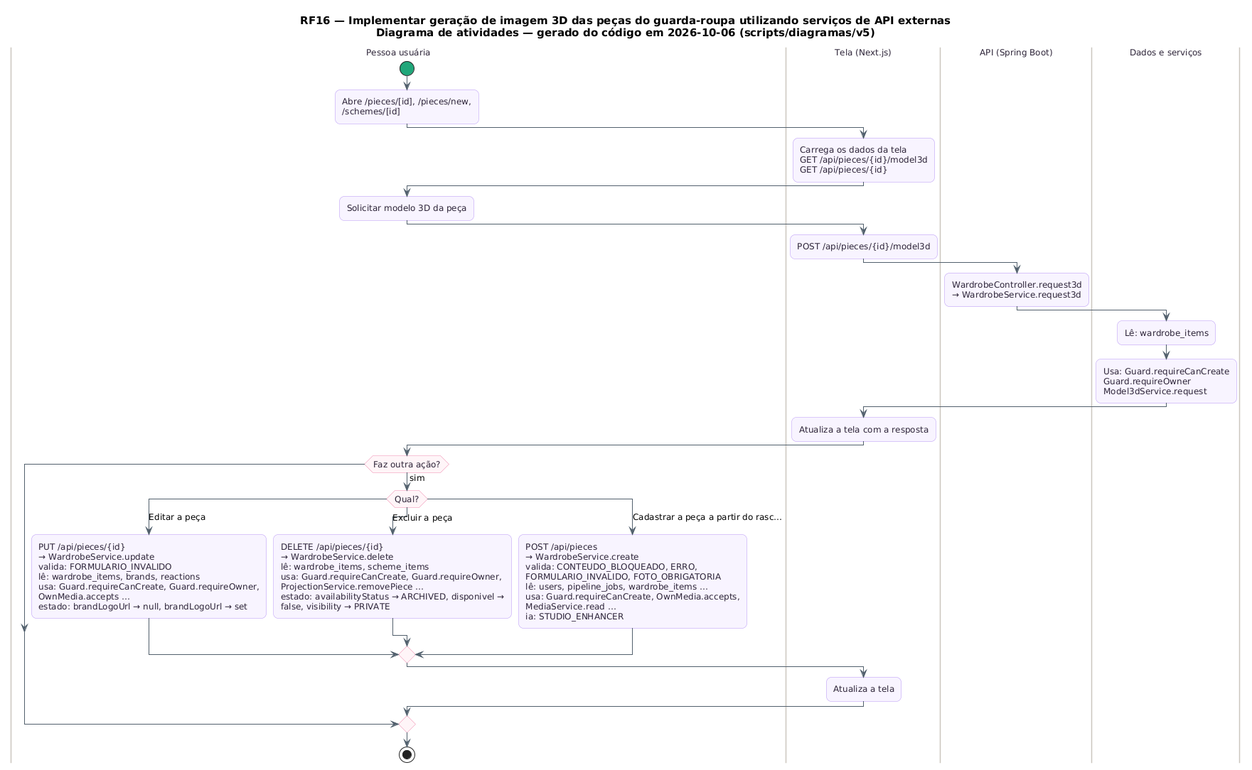
Earlier version of the PlantUML export docs/diagramas/RF16/RF16_Atividades.png (MatheusHaliski/tcc-2026-fashion-ai-backend). Source of this version:
```plantuml
@startuml RF16_Atividades
skinparam backgroundColor #FFFFFF
skinparam shadowing false
skinparam defaultFontName "DejaVu Sans"
skinparam defaultFontSize 12
skinparam titleFontSize 15
skinparam roundcorner 14
skinparam ArrowColor #52606D
skinparam note {
  BackgroundColor #FFFDEB
  BorderColor #D8CE78
  FontColor #554F24
}
skinparam activity {
  BackgroundColor #F8F4FF
  BorderColor #B695F5
  FontColor #2D2438
  DiamondBackgroundColor #FFF5F8
  DiamondBorderColor #F08DB1
  StartColor #20A77A
  EndColor #4B5563
}
skinparam swimlane {
  BorderColor #CBC6BE
  TitleFontColor #2D2438
}
title RF16 — Implementar geração de imagem 3D das peças do guarda-roupa utilizando serviços de API externas\nDiagrama de atividades — gerado do código em 2026-10-06 (scripts/diagramas/v5)

|Pessoa usuária|
start
:Abre /pieces/[id], /pieces/new,\n/schemes/[id];
|Tela (Next.js)|
:Carrega os dados da tela\nGET /api/pieces/{id}/model3d\nGET /api/pieces/{id};
|Pessoa usuária|
:Solicitar modelo 3D da peça;
|Tela (Next.js)|
:POST /api/pieces/{id}/model3d;
|API (Spring Boot)|
:WardrobeController.request3d\n→ WardrobeService.request3d;
|Dados e serviços|
:Lê: wardrobe_items;
:Usa: Guard.requireCanCreate\nGuard.requireOwner\nModel3dService.request;
|Tela (Next.js)|
:Atualiza a tela com a resposta;
|Pessoa usuária|
if (Faz outra ação?) then (sim)
  switch (Qual?)
  case (Editar a peça)
    :PUT /api/pieces/{id}\n→ WardrobeService.update\nvalida: FORMULARIO_INVALIDO\nlê: wardrobe_items, brands, reactions\nusa: Guard.requireCanCreate, Guard.requireOwner,\nOwnMedia.accepts …\nestado: brandLogoUrl → null, brandLogoUrl → set;
  case (Excluir a peça)
    :DELETE /api/pieces/{id}\n→ WardrobeService.delete\nlê: wardrobe_items, scheme_items\nusa: Guard.requireCanCreate, Guard.requireOwner,\nProjectionService.removePiece …\nestado: availabilityStatus → ARCHIVED, disponivel →\nfalse, visibility → PRIVATE;
  case (Cadastrar a peça a partir do rasc…)
    :POST /api/pieces\n→ WardrobeService.create\nvalida: CONTEUDO_BLOQUEADO, ERRO,\nFORMULARIO_INVALIDO, FOTO_OBRIGATORIA\nlê: users, pipeline_jobs, wardrobe_items …\nusa: Guard.requireCanCreate, OwnMedia.accepts,\nMediaService.read …\nia: STUDIO_ENHANCER;
  endswitch
  |Tela (Next.js)|
  :Atualiza a tela;
endif
|Pessoa usuária|
stop
@enduml
```
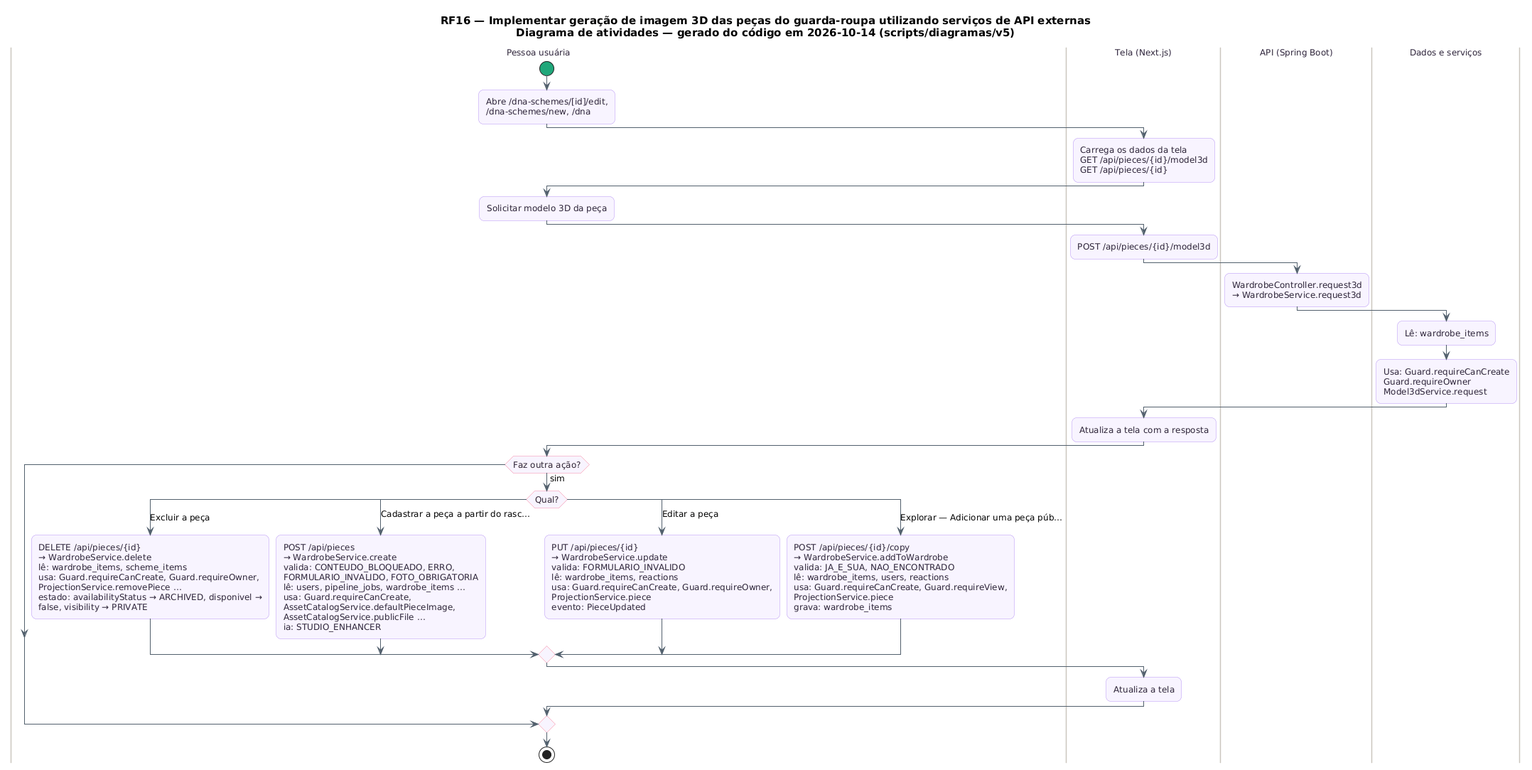
The same file after the commit.

Change to the diagram source:
```diff
@@ -24,11 +24,11 @@
   BorderColor #CBC6BE
   TitleFontColor #2D2438
 }
-title RF16 — Implementar geração de imagem 3D das peças do guarda-roupa utilizando serviços de API externas\nDiagrama de atividades — gerado do código em 2026-10-06 (scripts/diagramas/v5)
+title RF16 — Implementar geração de imagem 3D das peças do guarda-roupa utilizando serviços de API externas\nDiagrama de atividades — gerado do código em 2026-10-14 (scripts/diagramas/v5)
 
 |Pessoa usuária|
 start
-:Abre /pieces/[id], /pieces/new,\n/schemes/[id];
+:Abre /dna-schemes/[id]/edit,\n/dna-schemes/new, /dna;
 |Tela (Next.js)|
 :Carrega os dados da tela\nGET /api/pieces/{id}/model3d\nGET /api/pieces/{id};
 |Pessoa usuária|
@@ -45,12 +45,14 @@
 |Pessoa usuária|
 if (Faz outra ação?) then (sim)
   switch (Qual?)
-  case (Editar a peça)
-    :PUT /api/pieces/{id}\n→ WardrobeService.update\nvalida: FORMULARIO_INVALIDO\nlê: wardrobe_items, brands, reactions\nusa: Guard.requireCanCreate, Guard.requireOwner,\nOwnMedia.accepts …\nestado: brandLogoUrl → null, brandLogoUrl → set;
   case (Excluir a peça)
     :DELETE /api/pieces/{id}\n→ WardrobeService.delete\nlê: wardrobe_items, scheme_items\nusa: Guard.requireCanCreate, Guard.requireOwner,\nProjectionService.removePiece …\nestado: availabilityStatus → ARCHIVED, disponivel →\nfalse, visibility → PRIVATE;
   case (Cadastrar a peça a partir do rasc…)
-    :POST /api/pieces\n→ WardrobeService.create\nvalida: CONTEUDO_BLOQUEADO, ERRO,\nFORMULARIO_INVALIDO, FOTO_OBRIGATORIA\nlê: users, pipeline_jobs, wardrobe_items …\nusa: Guard.requireCanCreate, OwnMedia.accepts,\nMediaService.read …\nia: STUDIO_ENHANCER;
+    :POST /api/pieces\n→ WardrobeService.create\nvalida: CONTEUDO_BLOQUEADO, ERRO,\nFORMULARIO_INVALIDO, FOTO_OBRIGATORIA\nlê: users, pipeline_jobs, wardrobe_items …\nusa: Guard.requireCanCreate,\nAssetCatalogService.defaultPieceImage,\nAssetCatalogService.publicFile …\nia: STUDIO_ENHANCER;
+  case (Editar a peça)
+    :PUT /api/pieces/{id}\n→ WardrobeService.update\nvalida: FORMULARIO_INVALIDO\nlê: wardrobe_items, reactions\nusa: Guard.requireCanCreate, Guard.requireOwner,\nProjectionService.piece\nevento: PieceUpdated;
+  case (Explorar — Adicionar uma peça púb…)
+    :POST /api/pieces/{id}/copy\n→ WardrobeService.addToWardrobe\nvalida: JA_E_SUA, NAO_ENCONTRADO\nlê: wardrobe_items, users, reactions\nusa: Guard.requireCanCreate, Guard.requireView,\nProjectionService.piece\ngrava: wardrobe_items;
   endswitch
   |Tela (Next.js)|
   :Atualiza a tela;
```
